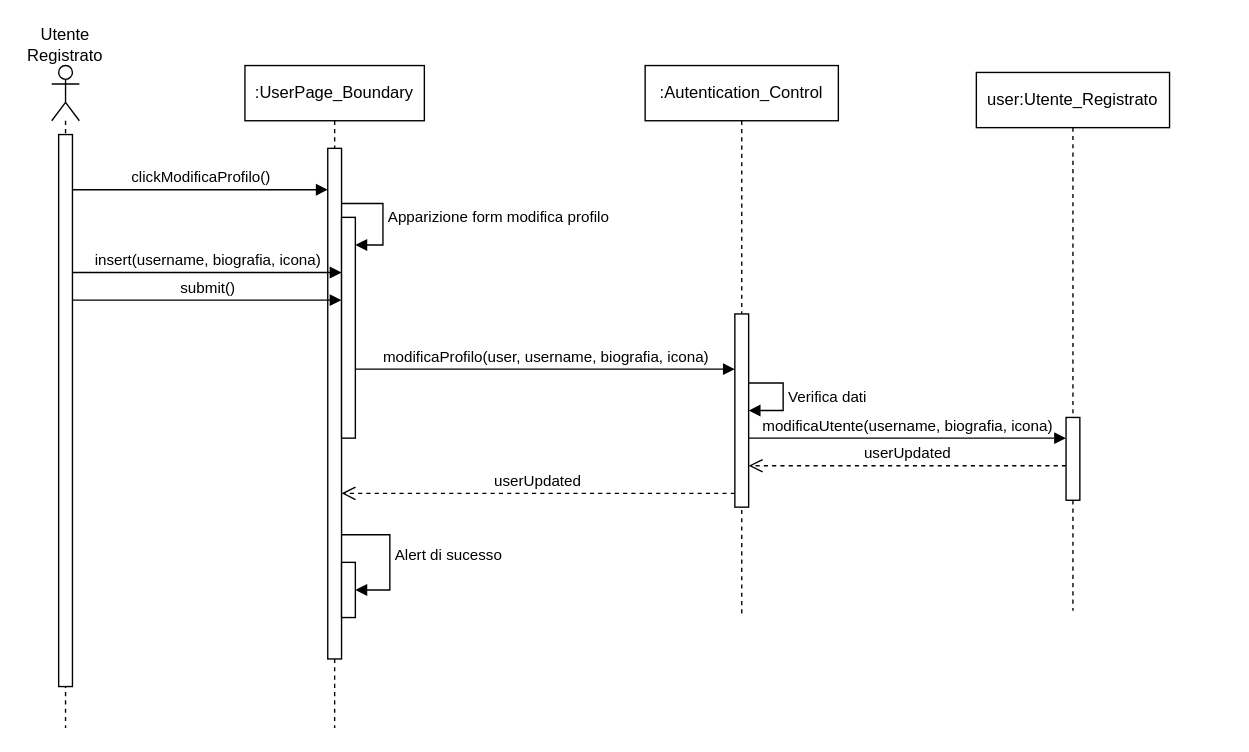
The draw.io diagram New Diagrams/Sequence Diagrams/UC12 Modifica informazioni utente.drawio in superfra01/Rated, before the edit. Source tidied: cells renumbered, new cells numbered last; positions are measured from the earlier drawing's top-left corner, leaving out a move shared by most shapes. Both pictures are drawn from the tidied source at 138%, with x=0, y=0 at pixel (23, 23).
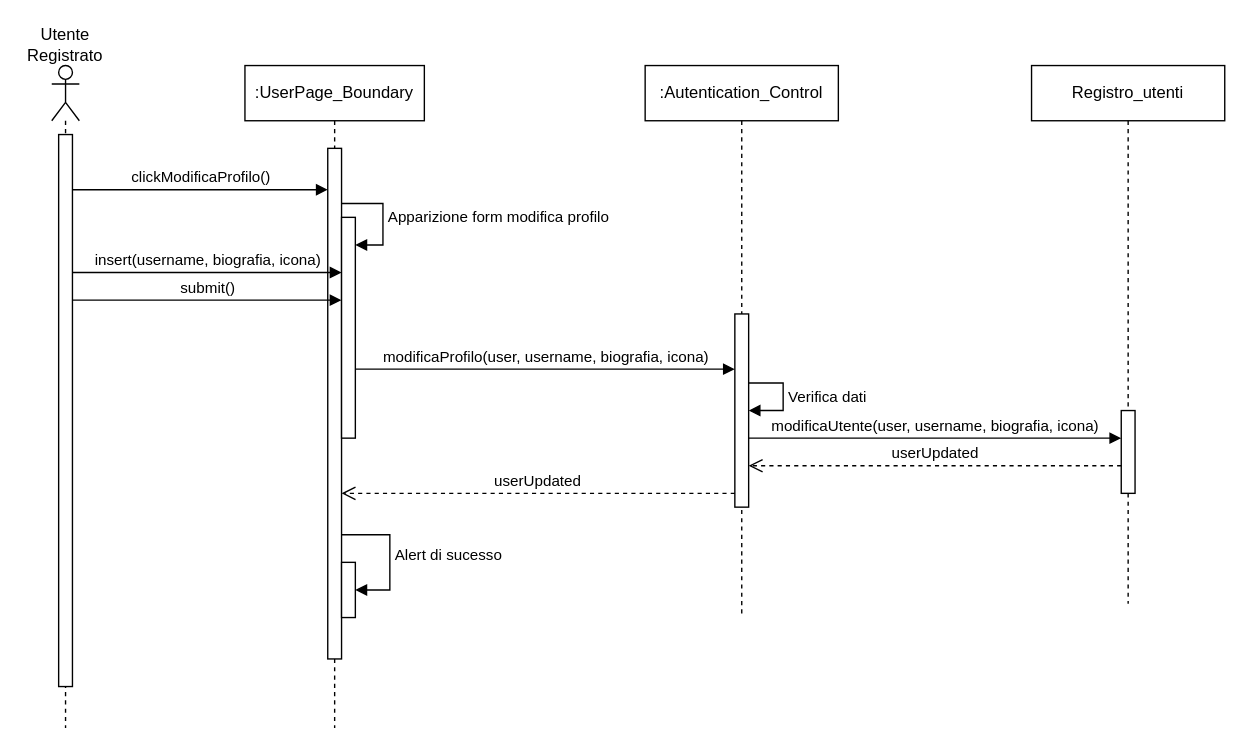
The same page after the edit.

The change refers to these unchanged cells:
```xml
<mxCell id="19" style="html=1;points=[[0,0,0,0,5],[0,1,0,0,-5],[1,0,0,0,5],[1,1,0,0,-5]];perimeter=orthogonalPerimeter;outlineConnect=0;targetShapes=umlLifeline;portConstraint=eastwest;newEdgeStyle={&quot;curved&quot;:0,&quot;rounded&quot;:0};" parent="18" vertex="1">
  <mxGeometry x="65" y="250" width="10" height="60" as="geometry" />
</mxCell>
```

Diff of the diagram source:
```diff
@@
-    <mxCell id="18" value="user:Utente_Registrato" style="shape=umlLifeline;perimeter=lifelinePerimeter;whiteSpace=wrap;html=1;newEdgeStyle={&quot;curved&quot;:0,&quot;rounded&quot;:0};" parent="1" vertex="1">
-      <mxGeometry x="690" y="35" width="140" height="390" as="geometry" />
+    <mxCell id="18" value="Registro_utenti" style="shape=umlLifeline;perimeter=lifelinePerimeter;whiteSpace=wrap;html=1;newEdgeStyle={&quot;curved&quot;:0,&quot;rounded&quot;:0};" parent="1" vertex="1">
+      <mxGeometry x="730" y="30" width="140" height="390" as="geometry" />
     </mxCell>
@@
-    <mxCell id="20" value="modificaUtente(username, biografia, icona)" style="html=1;verticalAlign=bottom;endArrow=block;curved=0;rounded=0;" parent="1" edge="1" target="19">
+    <mxCell id="20" value="modificaUtente(user, username, biografia, icona)" style="html=1;verticalAlign=bottom;endArrow=block;curved=0;rounded=0;" parent="1" edge="1" target="19">
       <mxGeometry relative="1" as="geometry">
         <mxPoint x="525" y="300" as="sourcePoint" />
       </mxGeometry>
     </mxCell>
```
